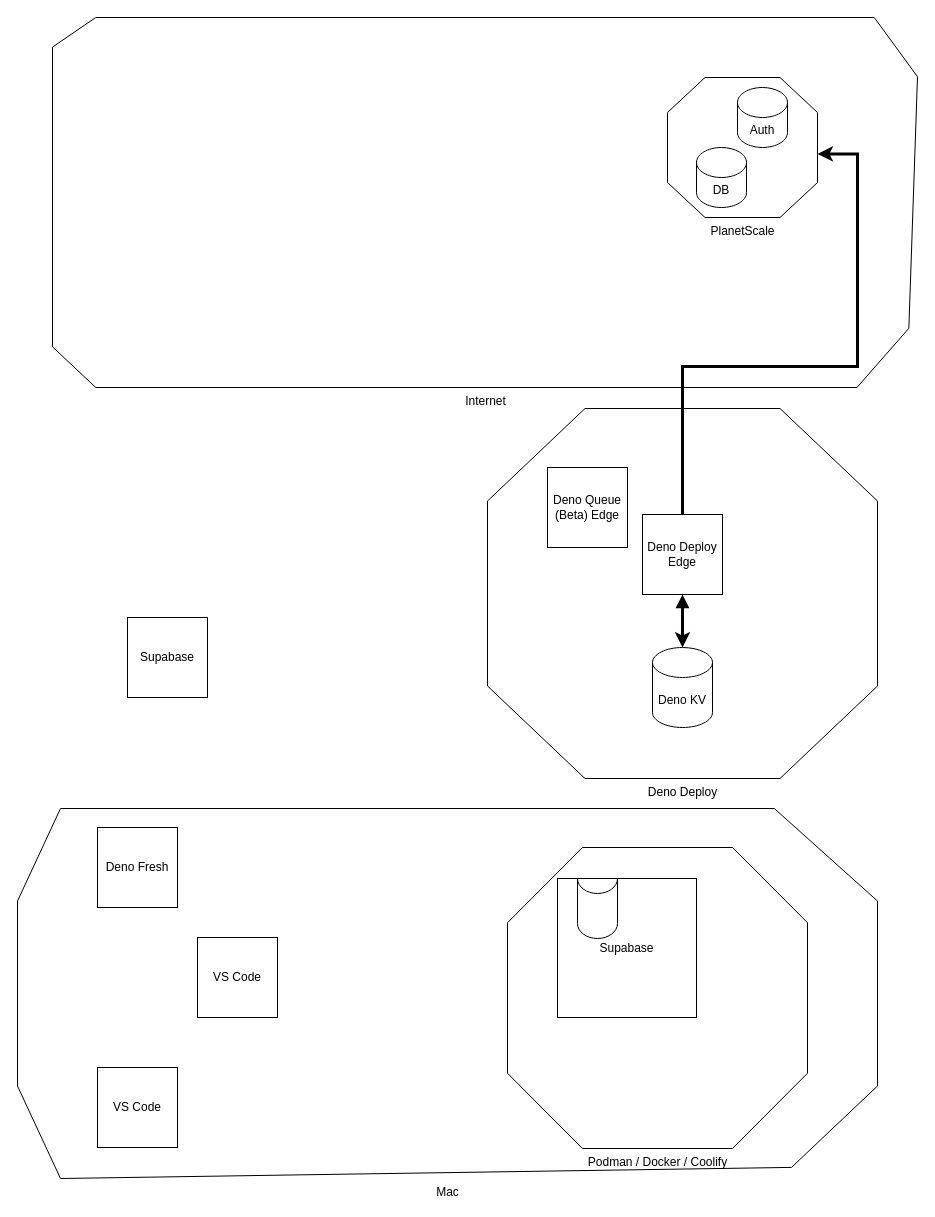
Above: MyCloudDev.drawio in ezrover/macbook-dev-setup (draw.io), before the change. Source tidied: cells renumbered, new cells numbered last; positions are measured from the earlier drawing's top-left corner, leaving out a move shared by most shapes. Both pictures are drawn from the tidied source at 100%, with x=0, y=0 at pixel (17, 17).
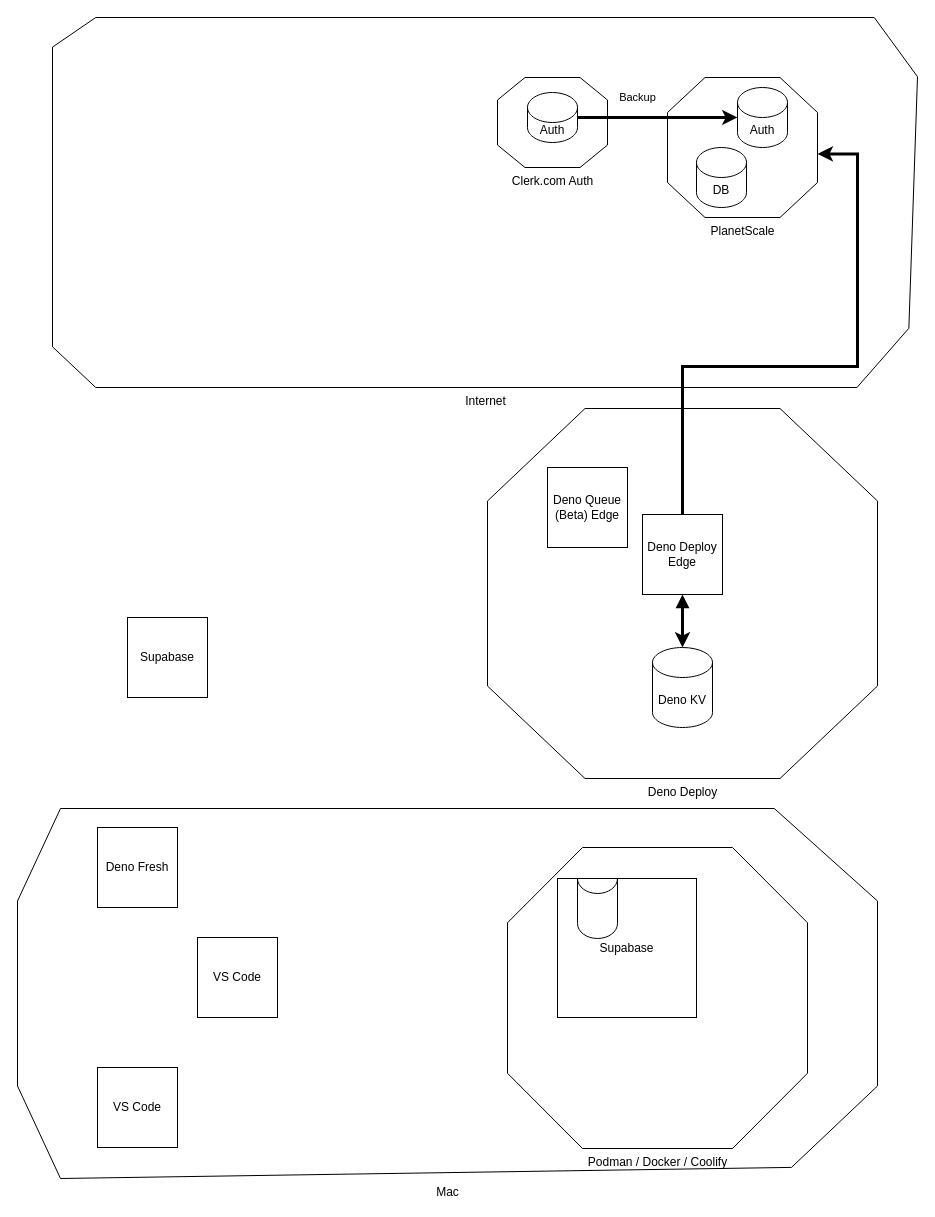
Above is the later version.

Unchanged cells that the change refers to:
```xml
<mxCell id="17" value="Auth" style="shape=cylinder3;whiteSpace=wrap;html=1;boundedLbl=1;backgroundOutline=1;size=15;" parent="1" vertex="1">
  <mxGeometry x="720" y="70" width="50" height="60" as="geometry" />
</mxCell>
```

Change to the diagram source:
```diff
@@
+    <mxCell id="20" value="Clerk.com Auth" style="verticalLabelPosition=bottom;verticalAlign=top;html=1;shape=mxgraph.basic.polygon;polyCoords=[[0.25,0],[0.75,0],[1,0.25],[1,0.75],[0.75,1],[0.25,1],[0,0.75],[0,0.25]];polyline=0;" parent="1" vertex="1">
+      <mxGeometry x="480" y="60" width="110" height="90" as="geometry" />
+    </mxCell>
+    <mxCell id="21" value="Auth" style="shape=cylinder3;whiteSpace=wrap;html=1;boundedLbl=1;backgroundOutline=1;size=15;" parent="1" vertex="1">
+      <mxGeometry x="510" y="75" width="50" height="50" as="geometry" />
+    </mxCell>
+    <mxCell id="22" value="Backup" style="edgeStyle=orthogonalEdgeStyle;rounded=0;jettySize=auto;html=1;exitX=1;exitY=0.5;exitDx=0;exitDy=0;exitPerimeter=0;entryX=0;entryY=0.5;entryDx=0;entryDy=0;entryPerimeter=0;strokeColor=default;strokeWidth=3;align=center;verticalAlign=middle;fontFamily=Helvetica;fontSize=11;fontColor=default;labelBackgroundColor=default;endArrow=classic;" parent="1" edge="1" source="21" target="17">
+      <mxGeometry x="-0.25" y="20" relative="1" as="geometry">
+        <Array as="points">
+          <mxPoint x="620" y="100" />
+          <mxPoint x="620" y="100" />
+        </Array>
+      </mxGeometry>
+    </mxCell>
```
